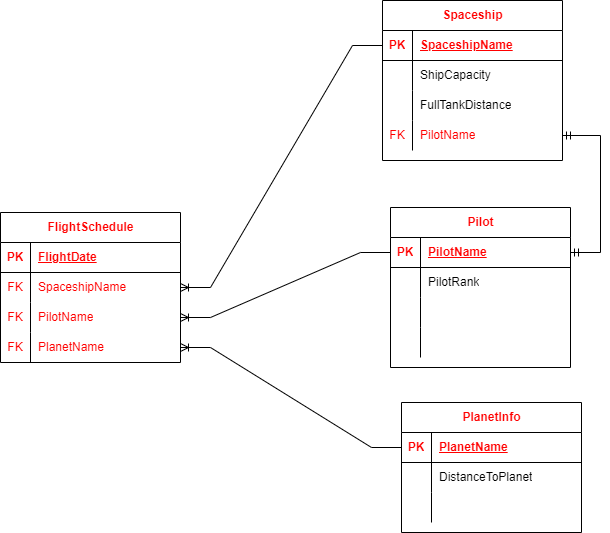
The draw.io diagram part1/Space.png in Kolesa-Education/kolesa-upgrade-homework-4, before a commit. Source tidied: cells renumbered, new cells last; positions are measured from the earlier drawing's top-left corner, leaving out a move shared by most shapes.
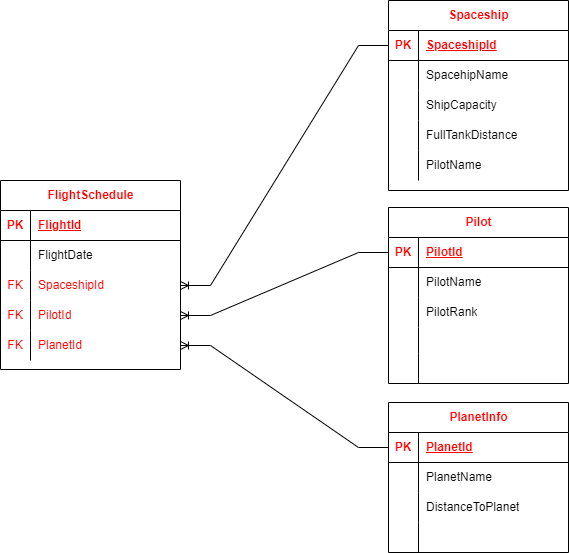
Above is the later version.

Commit message:
исправила связи

Diff of the diagram source:
```diff
@@ -6,7 +6,7 @@
       <mxGeometry relative="1" as="geometry" />
     </mxCell>
     <mxCell id="3" value="FlightSchedule" style="shape=table;startSize=30;rowLines=0;fontStyle=1;align=center;fontColor=#FF0000;html=1;" parent="1" vertex="1">
-      <mxGeometry y="212" width="180" height="150" as="geometry" />
+      <mxGeometry x="2" y="180" width="180" height="189" as="geometry" />
     </mxCell>
     <mxCell id="4" style="shape=tableRow;horizontal=0;startSize=0;swimlaneHead=0;swimlaneBody=0;fillColor=none;top=0;left=0;right=0;bottom=1;fontColor=#FF0000;html=1;" parent="3" vertex="1">
       <mxGeometry y="30" width="180" height="30" as="geometry" />
@@ -14,38 +14,47 @@
     <mxCell id="5" value="PK" style="shape=partialRectangle;fillColor=none;top=0;left=0;bottom=0;right=0;fontStyle=1;overflow=hidden;fontColor=#FF0000;html=1;" parent="4" vertex="1">
       <mxGeometry width="30" height="30" as="geometry" />
     </mxCell>
-    <mxCell id="6" value="FlightDate" style="shape=partialRectangle;fillColor=none;top=0;left=0;bottom=0;right=0;align=left;spacingLeft=6;fontStyle=5;overflow=hidden;fontColor=#FF0000;html=1;" parent="4" vertex="1">
+    <mxCell id="6" value="FlightId" style="shape=partialRectangle;fillColor=none;top=0;left=0;bottom=0;right=0;align=left;spacingLeft=6;fontStyle=5;overflow=hidden;fontColor=#FF0000;html=1;" parent="4" vertex="1">
       <mxGeometry x="30" width="150" height="30" as="geometry" />
     </mxCell>
+    <mxCell id="55" style="shape=tableRow;horizontal=0;startSize=0;swimlaneHead=0;swimlaneBody=0;fillColor=none;top=0;left=0;right=0;bottom=0;fontColor=#FF0000;html=1;" parent="3" vertex="1">
+      <mxGeometry y="60" width="180" height="30" as="geometry" />
+    </mxCell>
+    <mxCell id="56" style="shape=partialRectangle;fillColor=none;top=0;left=0;bottom=0;right=0;overflow=hidden;fontColor=#FF0000;html=1;" parent="55" vertex="1">
+      <mxGeometry width="30" height="30" as="geometry" />
+    </mxCell>
+    <mxCell id="57" value="&lt;font color=&quot;#000000&quot;&gt;FlightDate&lt;/font&gt;" style="shape=partialRectangle;fillColor=none;top=0;left=0;bottom=0;right=0;align=left;spacingLeft=6;overflow=hidden;fontColor=#FF0000;html=1;strokeColor=#000000;" parent="55" vertex="1">
+      <mxGeometry x="30" width="150" height="30" as="geometry" />
+    </mxCell>
     <mxCell id="7" style="shape=tableRow;horizontal=0;startSize=0;swimlaneHead=0;swimlaneBody=0;fillColor=none;points=[[0,0.5],[1,0.5]];portConstraint=eastwest;top=0;left=0;right=0;bottom=0;fontColor=#FF0000;html=1;" parent="3" vertex="1">
-      <mxGeometry y="60" width="180" height="30" as="geometry" />
+      <mxGeometry y="90" width="180" height="30" as="geometry" />
     </mxCell>
     <mxCell id="8" value="FK" style="shape=partialRectangle;fillColor=none;top=0;left=0;bottom=0;right=0;overflow=hidden;fontColor=#FF0000;html=1;" parent="7" vertex="1">
       <mxGeometry width="30" height="30" as="geometry" />
     </mxCell>
-    <mxCell id="9" value="SpaceshipName" style="shape=partialRectangle;fillColor=none;top=0;left=0;bottom=0;right=0;align=left;spacingLeft=6;overflow=hidden;fontColor=#FF0000;html=1;" parent="7" vertex="1">
+    <mxCell id="9" value="SpaceshipId" style="shape=partialRectangle;fillColor=none;top=0;left=0;bottom=0;right=0;align=left;spacingLeft=6;overflow=hidden;fontColor=#FF0000;html=1;" parent="7" vertex="1">
       <mxGeometry x="30" width="150" height="30" as="geometry" />
     </mxCell>
     <mxCell id="10" style="shape=tableRow;horizontal=0;startSize=0;swimlaneHead=0;swimlaneBody=0;fillColor=none;points=[[0,0.5],[1,0.5]];portConstraint=eastwest;top=0;left=0;right=0;bottom=0;fontColor=#FF0000;html=1;" parent="3" vertex="1">
-      <mxGeometry y="90" width="180" height="30" as="geometry" />
+      <mxGeometry y="120" width="180" height="30" as="geometry" />
     </mxCell>
     <mxCell id="11" value="FK" style="shape=partialRectangle;fillColor=none;top=0;left=0;bottom=0;right=0;overflow=hidden;fontColor=#FF0000;html=1;" parent="10" vertex="1">
       <mxGeometry width="30" height="30" as="geometry" />
     </mxCell>
-    <mxCell id="12" value="&lt;span style=&quot;color: rgb(255, 0, 0);&quot;&gt;PilotName&lt;/span&gt;" style="shape=partialRectangle;fillColor=none;top=0;left=0;bottom=0;right=0;align=left;spacingLeft=6;overflow=hidden;fontColor=#000000;html=1;" parent="10" vertex="1">
+    <mxCell id="12" value="&lt;span style=&quot;color: rgb(255, 0, 0);&quot;&gt;PilotId&lt;/span&gt;" style="shape=partialRectangle;fillColor=none;top=0;left=0;bottom=0;right=0;align=left;spacingLeft=6;overflow=hidden;fontColor=#000000;html=1;" parent="10" vertex="1">
       <mxGeometry x="30" width="150" height="30" as="geometry" />
     </mxCell>
     <mxCell id="13" style="shape=tableRow;horizontal=0;startSize=0;swimlaneHead=0;swimlaneBody=0;fillColor=none;points=[[0,0.5],[1,0.5]];portConstraint=eastwest;top=0;left=0;right=0;bottom=0;fontColor=#FF0000;html=1;" parent="3" vertex="1">
-      <mxGeometry y="120" width="180" height="30" as="geometry" />
+      <mxGeometry y="150" width="180" height="30" as="geometry" />
     </mxCell>
     <mxCell id="14" value="FK" style="shape=partialRectangle;fillColor=none;top=0;left=0;bottom=0;right=0;overflow=hidden;fontColor=#FF0000;html=1;" parent="13" vertex="1">
       <mxGeometry width="30" height="30" as="geometry" />
     </mxCell>
-    <mxCell id="15" value="PlanetName" style="shape=partialRectangle;fillColor=none;top=0;left=0;bottom=0;right=0;align=left;spacingLeft=6;overflow=hidden;fontColor=#FF0000;html=1;" parent="13" vertex="1">
+    <mxCell id="15" value="PlanetId" style="shape=partialRectangle;fillColor=none;top=0;left=0;bottom=0;right=0;align=left;spacingLeft=6;overflow=hidden;fontColor=#FF0000;html=1;" parent="13" vertex="1">
       <mxGeometry x="30" width="150" height="30" as="geometry" />
     </mxCell>
     <mxCell id="16" value="PlanetInfo" style="shape=table;startSize=30;rowLines=0;fontStyle=1;align=center;fontColor=#FF0000;html=1;" parent="1" vertex="1">
-      <mxGeometry x="401" y="402" width="180" height="130" as="geometry" />
+      <mxGeometry x="390" y="402" width="180" height="150" as="geometry" />
     </mxCell>
     <mxCell id="17" style="shape=tableRow;horizontal=0;startSize=0;swimlaneHead=0;swimlaneBody=0;fillColor=none;points=[[0,0.5],[1,0.5]];portConstraint=eastwest;top=0;left=0;right=0;bottom=1;fontColor=#FF0000;html=1;" parent="16" vertex="1">
       <mxGeometry y="30" width="180" height="30" as="geometry" />
@@ -53,7 +62,7 @@
     <mxCell id="18" value="PK" style="shape=partialRectangle;fillColor=none;top=0;left=0;bottom=0;right=0;fontStyle=1;overflow=hidden;fontColor=#FF0000;html=1;" parent="17" vertex="1">
       <mxGeometry width="30" height="30" as="geometry" />
     </mxCell>
-    <mxCell id="19" value="PlanetName" style="shape=partialRectangle;fillColor=none;top=0;left=0;bottom=0;right=0;align=left;spacingLeft=6;fontStyle=5;overflow=hidden;fontColor=#FF0000;html=1;" parent="17" vertex="1">
+    <mxCell id="19" value="PlanetId" style="shape=partialRectangle;fillColor=none;top=0;left=0;bottom=0;right=0;align=left;spacingLeft=6;fontStyle=5;overflow=hidden;fontColor=#FF0000;html=1;" parent="17" vertex="1">
       <mxGeometry x="30" width="150" height="30" as="geometry" />
     </mxCell>
     <mxCell id="20" style="shape=tableRow;horizontal=0;startSize=0;swimlaneHead=0;swimlaneBody=0;fillColor=none;top=0;left=0;right=0;bottom=0;fontColor=#FF0000;html=1;" parent="16" vertex="1">
@@ -62,11 +71,20 @@
     <mxCell id="21" style="shape=partialRectangle;fillColor=none;top=0;left=0;bottom=0;right=0;overflow=hidden;fontColor=#FF0000;html=1;" parent="20" vertex="1">
       <mxGeometry width="30" height="30" as="geometry" />
     </mxCell>
-    <mxCell id="22" value="DistanceToPlanet" style="shape=partialRectangle;fillColor=none;top=0;left=0;bottom=0;right=0;align=left;spacingLeft=6;overflow=hidden;fontColor=#000000;html=1;" parent="20" vertex="1">
+    <mxCell id="22" value="PlanetName" style="shape=partialRectangle;fillColor=none;top=0;left=0;bottom=0;right=0;align=left;spacingLeft=6;overflow=hidden;fontColor=#000000;html=1;" parent="20" vertex="1">
       <mxGeometry x="30" width="150" height="30" as="geometry" />
     </mxCell>
+    <mxCell id="58" style="shape=tableRow;horizontal=0;startSize=0;swimlaneHead=0;swimlaneBody=0;fillColor=none;top=0;left=0;right=0;bottom=0;fontColor=#FF0000;html=1;" parent="16" vertex="1">
+      <mxGeometry y="90" width="180" height="30" as="geometry" />
+    </mxCell>
+    <mxCell id="59" style="shape=partialRectangle;fillColor=none;top=0;left=0;bottom=0;right=0;overflow=hidden;fontColor=#FF0000;html=1;" parent="58" vertex="1">
+      <mxGeometry width="30" height="30" as="geometry" />
+    </mxCell>
+    <mxCell id="60" value="DistanceToPlanet" style="shape=partialRectangle;fillColor=none;top=0;left=0;bottom=0;right=0;align=left;spacingLeft=6;overflow=hidden;fontColor=#000000;html=1;" parent="58" vertex="1">
+      <mxGeometry x="30" width="150" height="30" as="geometry" />
+    </mxCell>
     <mxCell id="23" style="shape=tableRow;horizontal=0;startSize=0;swimlaneHead=0;swimlaneBody=0;fillColor=none;top=0;left=0;right=0;bottom=0;fontColor=#FF0000;html=1;" parent="16" vertex="1">
-      <mxGeometry y="90" width="180" height="30" as="geometry" />
+      <mxGeometry y="120" width="180" height="30" as="geometry" />
     </mxCell>
     <mxCell id="24" style="shape=partialRectangle;fillColor=none;top=0;left=0;bottom=0;right=0;overflow=hidden;fontColor=#FF0000;html=1;" parent="23" vertex="1">
       <mxGeometry width="30" height="30" as="geometry" />
@@ -75,7 +93,7 @@
       <mxGeometry x="30" width="150" height="30" as="geometry" />
     </mxCell>
     <mxCell id="26" value="Pilot" style="shape=table;startSize=30;rowLines=0;fontStyle=1;align=center;fontColor=#FF0000;html=1;" parent="1" vertex="1">
-      <mxGeometry x="390" y="207" width="180" height="160" as="geometry" />
+      <mxGeometry x="390" y="207" width="180" height="176" as="geometry" />
     </mxCell>
     <mxCell id="27" style="shape=tableRow;horizontal=0;startSize=0;swimlaneHead=0;swimlaneBody=0;fillColor=none;points=[[0,0.5],[1,0.5]];portConstraint=eastwest;top=0;left=0;right=0;bottom=1;fontColor=#FF0000;html=1;" parent="26" vertex="1">
       <mxGeometry y="30" width="180" height="30" as="geometry" />
@@ -83,7 +101,7 @@
     <mxCell id="28" value="PK" style="shape=partialRectangle;fillColor=none;top=0;left=0;bottom=0;right=0;fontStyle=1;overflow=hidden;fontColor=#FF0000;html=1;" parent="27" vertex="1">
       <mxGeometry width="30" height="30" as="geometry" />
     </mxCell>
-    <mxCell id="29" value="PilotName" style="shape=partialRectangle;fillColor=none;top=0;left=0;bottom=0;right=0;align=left;spacingLeft=6;fontStyle=5;overflow=hidden;fontColor=#FF0000;html=1;" parent="27" vertex="1">
+    <mxCell id="29" value="PilotId" style="shape=partialRectangle;fillColor=none;top=0;left=0;bottom=0;right=0;align=left;spacingLeft=6;fontStyle=5;overflow=hidden;fontColor=#FF0000;html=1;" parent="27" vertex="1">
       <mxGeometry x="30" width="150" height="30" as="geometry" />
     </mxCell>
     <mxCell id="30" style="shape=tableRow;horizontal=0;startSize=0;swimlaneHead=0;swimlaneBody=0;fillColor=none;top=0;left=0;right=0;bottom=0;fontColor=#FF0000;html=1;" parent="26" vertex="1">
@@ -92,20 +110,29 @@
     <mxCell id="31" style="shape=partialRectangle;fillColor=none;top=0;left=0;bottom=0;right=0;overflow=hidden;fontColor=#FF0000;html=1;" parent="30" vertex="1">
       <mxGeometry width="30" height="30" as="geometry" />
     </mxCell>
-    <mxCell id="32" value="PilotRank" style="shape=partialRectangle;fillColor=none;top=0;left=0;bottom=0;right=0;align=left;spacingLeft=6;overflow=hidden;fontColor=#000000;html=1;" parent="30" vertex="1">
+    <mxCell id="32" value="PilotName" style="shape=partialRectangle;fillColor=none;top=0;left=0;bottom=0;right=0;align=left;spacingLeft=6;overflow=hidden;fontColor=#000000;html=1;" parent="30" vertex="1">
       <mxGeometry x="30" width="150" height="30" as="geometry" />
     </mxCell>
+    <mxCell id="61" style="shape=tableRow;horizontal=0;startSize=0;swimlaneHead=0;swimlaneBody=0;fillColor=none;top=0;left=0;right=0;bottom=0;fontColor=#FF0000;html=1;" parent="26" vertex="1">
+      <mxGeometry y="90" width="180" height="30" as="geometry" />
+    </mxCell>
+    <mxCell id="62" style="shape=partialRectangle;fillColor=none;top=0;left=0;bottom=0;right=0;overflow=hidden;fontColor=#FF0000;html=1;" parent="61" vertex="1">
+      <mxGeometry width="30" height="30" as="geometry" />
+    </mxCell>
+    <mxCell id="63" value="PilotRank" style="shape=partialRectangle;fillColor=none;top=0;left=0;bottom=0;right=0;align=left;spacingLeft=6;overflow=hidden;fontColor=#000000;html=1;" parent="61" vertex="1">
+      <mxGeometry x="30" width="150" height="30" as="geometry" />
+    </mxCell>
     <mxCell id="33" style="shape=tableRow;horizontal=0;startSize=0;swimlaneHead=0;swimlaneBody=0;fillColor=none;top=0;left=0;right=0;bottom=0;fontColor=#FF0000;html=1;" parent="26" vertex="1">
-      <mxGeometry y="90" width="180" height="30" as="geometry" />
+      <mxGeometry y="120" width="180" height="26" as="geometry" />
     </mxCell>
     <mxCell id="34" style="shape=partialRectangle;fillColor=none;top=0;left=0;bottom=0;right=0;overflow=hidden;fontColor=#FF0000;html=1;" parent="33" vertex="1">
-      <mxGeometry width="30" height="30" as="geometry" />
+      <mxGeometry width="30" height="26" as="geometry" />
     </mxCell>
     <mxCell id="35" style="shape=partialRectangle;fillColor=none;top=0;left=0;bottom=0;right=0;align=left;spacingLeft=6;overflow=hidden;fontColor=#FF0000;html=1;" parent="33" vertex="1">
-      <mxGeometry x="30" width="150" height="30" as="geometry" />
+      <mxGeometry x="30" width="150" height="26" as="geometry" />
     </mxCell>
     <mxCell id="36" style="shape=tableRow;horizontal=0;startSize=0;swimlaneHead=0;swimlaneBody=0;fillColor=none;top=0;left=0;right=0;bottom=0;fontColor=#FF0000;html=1;" parent="26" vertex="1">
-      <mxGeometry y="120" width="180" height="30" as="geometry" />
+      <mxGeometry y="146" width="180" height="30" as="geometry" />
     </mxCell>
     <mxCell id="37" style="shape=partialRectangle;fillColor=none;top=0;left=0;bottom=0;right=0;overflow=hidden;fontColor=#FF0000;html=1;" parent="36" vertex="1">
       <mxGeometry width="30" height="30" as="geometry" />
@@ -114,7 +141,7 @@
       <mxGeometry x="30" width="150" height="30" as="geometry" />
     </mxCell>
     <mxCell id="39" value="Spaceship" style="shape=table;startSize=30;rowLines=0;fontStyle=1;align=center;fontColor=#FF0000;html=1;" parent="1" vertex="1">
-      <mxGeometry x="382" width="180" height="160" as="geometry" />
+      <mxGeometry x="390" width="180" height="190" as="geometry" />
     </mxCell>
     <mxCell id="40" style="shape=tableRow;horizontal=0;startSize=0;swimlaneHead=0;swimlaneBody=0;fillColor=none;points=[[0,0.5],[1,0.5]];portConstraint=eastwest;top=0;left=0;right=0;bottom=1;fontColor=#FF0000;html=1;" parent="39" vertex="1">
       <mxGeometry y="30" width="180" height="30" as="geometry" />
@@ -122,7 +149,7 @@
     <mxCell id="41" value="PK" style="shape=partialRectangle;fillColor=none;top=0;left=0;bottom=0;right=0;fontStyle=1;overflow=hidden;fontColor=#FF0000;html=1;" parent="40" vertex="1">
       <mxGeometry width="30" height="30" as="geometry" />
     </mxCell>
-    <mxCell id="42" value="SpaceshipName" style="shape=partialRectangle;fillColor=none;top=0;left=0;bottom=0;right=0;align=left;spacingLeft=6;fontStyle=5;overflow=hidden;fontColor=#FF0000;html=1;" parent="40" vertex="1">
+    <mxCell id="42" value="SpaceshipId" style="shape=partialRectangle;fillColor=none;top=0;left=0;bottom=0;right=0;align=left;spacingLeft=6;fontStyle=5;overflow=hidden;fontColor=#FF0000;html=1;" parent="40" vertex="1">
       <mxGeometry x="30" width="150" height="30" as="geometry" />
     </mxCell>
     <mxCell id="43" style="shape=tableRow;horizontal=0;startSize=0;swimlaneHead=0;swimlaneBody=0;fillColor=none;top=0;left=0;right=0;bottom=0;fontColor=#FF0000;html=1;" parent="39" vertex="1">
@@ -131,11 +158,20 @@
     <mxCell id="44" style="shape=partialRectangle;fillColor=none;top=0;left=0;bottom=0;right=0;overflow=hidden;fontColor=#FF0000;html=1;" parent="43" vertex="1">
       <mxGeometry width="30" height="30" as="geometry" />
     </mxCell>
-    <mxCell id="45" value="ShipCapacity" style="shape=partialRectangle;fillColor=none;top=0;left=0;bottom=0;right=0;align=left;spacingLeft=6;overflow=hidden;fontColor=#000000;html=1;" parent="43" vertex="1">
+    <mxCell id="45" value="SpacehipName" style="shape=partialRectangle;fillColor=none;top=0;left=0;bottom=0;right=0;align=left;spacingLeft=6;overflow=hidden;fontColor=#000000;html=1;" parent="43" vertex="1">
       <mxGeometry x="30" width="150" height="30" as="geometry" />
     </mxCell>
+    <mxCell id="64" style="shape=tableRow;horizontal=0;startSize=0;swimlaneHead=0;swimlaneBody=0;fillColor=none;top=0;left=0;right=0;bottom=0;fontColor=#FF0000;html=1;" parent="39" vertex="1">
+      <mxGeometry y="90" width="180" height="30" as="geometry" />
+    </mxCell>
+    <mxCell id="65" style="shape=partialRectangle;fillColor=none;top=0;left=0;bottom=0;right=0;overflow=hidden;fontColor=#FF0000;html=1;" parent="64" vertex="1">
+      <mxGeometry width="30" height="30" as="geometry" />
+    </mxCell>
+    <mxCell id="66" value="ShipCapacity" style="shape=partialRectangle;fillColor=none;top=0;left=0;bottom=0;right=0;align=left;spacingLeft=6;overflow=hidden;fontColor=#000000;html=1;" parent="64" vertex="1">
+      <mxGeometry x="30" width="150" height="30" as="geometry" />
+    </mxCell>
     <mxCell id="46" style="shape=tableRow;horizontal=0;startSize=0;swimlaneHead=0;swimlaneBody=0;fillColor=none;top=0;left=0;right=0;bottom=0;fontColor=#FF0000;html=1;" parent="39" vertex="1">
-      <mxGeometry y="90" width="180" height="30" as="geometry" />
+      <mxGeometry y="120" width="180" height="30" as="geometry" />
     </mxCell>
     <mxCell id="47" style="shape=partialRectangle;fillColor=none;top=0;left=0;bottom=0;right=0;overflow=hidden;fontColor=#FF0000;html=1;" parent="46" vertex="1">
       <mxGeometry width="30" height="30" as="geometry" />
@@ -144,17 +180,14 @@
       <mxGeometry x="30" width="150" height="30" as="geometry" />
     </mxCell>
     <mxCell id="49" style="shape=tableRow;horizontal=0;startSize=0;swimlaneHead=0;swimlaneBody=0;fillColor=none;points=[[0,0.5],[1,0.5]];portConstraint=eastwest;top=0;left=0;right=0;bottom=0;fontColor=#FF0000;html=1;" parent="39" vertex="1">
-      <mxGeometry y="120" width="180" height="30" as="geometry" />
+      <mxGeometry y="150" width="180" height="30" as="geometry" />
     </mxCell>
-    <mxCell id="50" value="FK" style="shape=partialRectangle;fillColor=none;top=0;left=0;bottom=0;right=0;overflow=hidden;fontColor=#FF0000;html=1;" parent="49" vertex="1">
+    <mxCell id="50" style="shape=partialRectangle;fillColor=none;top=0;left=0;bottom=0;right=0;overflow=hidden;fontColor=#FF0000;html=1;" parent="49" vertex="1">
       <mxGeometry width="30" height="30" as="geometry" />
     </mxCell>
-    <mxCell id="51" value="&lt;font color=&quot;#ff0000&quot;&gt;PilotName&lt;/font&gt;" style="shape=partialRectangle;fillColor=none;top=0;left=0;bottom=0;right=0;align=left;spacingLeft=6;overflow=hidden;fontColor=#000000;html=1;strokeColor=#FF0000;" parent="49" vertex="1">
+    <mxCell id="51" value="PilotName" style="shape=partialRectangle;fillColor=none;top=0;left=0;bottom=0;right=0;align=left;spacingLeft=6;overflow=hidden;fontColor=#000000;html=1;strokeColor=#FF0000;" parent="49" vertex="1">
       <mxGeometry x="30" width="150" height="30" as="geometry" />
     </mxCell>
-    <mxCell id="52" style="edgeStyle=entityRelationEdgeStyle;fontSize=12;html=1;endArrow=ERmandOne;startArrow=ERmandOne;rounded=0;" parent="1" edge="1" source="49" target="27">
-      <mxGeometry relative="1" as="geometry" />
-    </mxCell>
     <mxCell id="53" style="edgeStyle=entityRelationEdgeStyle;fontSize=12;html=1;endArrow=ERoneToMany;rounded=0;" parent="1" edge="1" source="17" target="13">
       <mxGeometry relative="1" as="geometry" />
     </mxCell>
```
